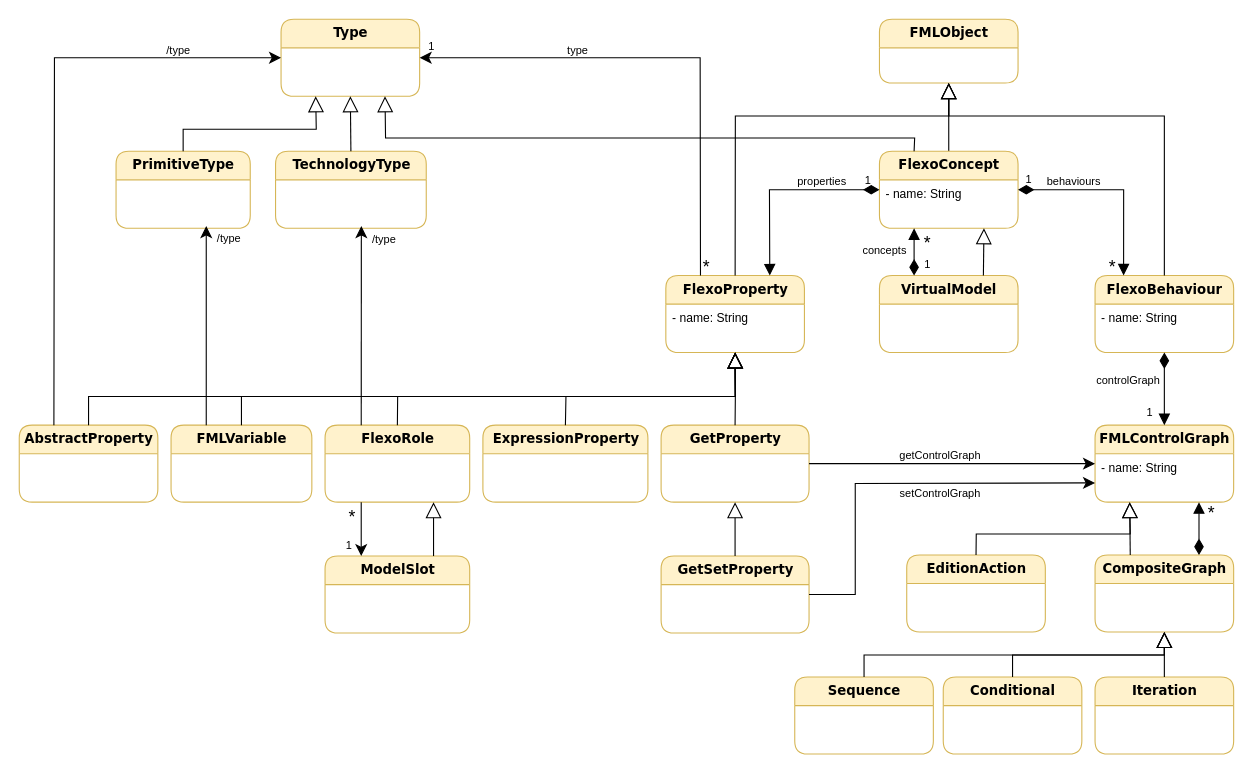
This is Figures/FMLMetaModel.drawio from labsticc-p4s/multi-process-challenge, a draw.io file, before an edit. Source tidied: cells renumbered, new cells numbered last; positions are measured from the earlier drawing's top-left corner, leaving out a move shared by most shapes. Both pictures are drawn from the tidied source at 110%, with x=0, y=0 at pixel (19, 19).
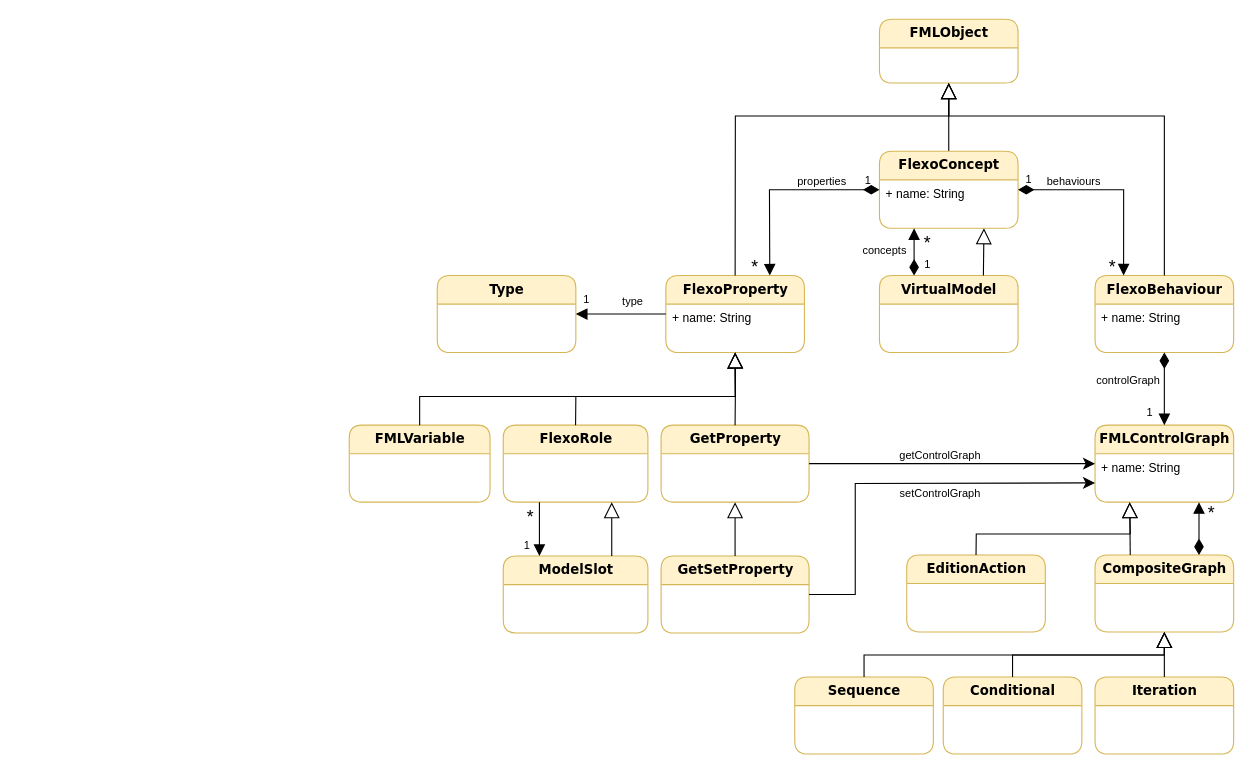
The same page after the edit.

Unchanged cells that the change refers to:
```xml
<mxCell id="4" value="&lt;font style=&quot;font-size: 12px&quot;&gt;&lt;b&gt;FlexoConcept&lt;/b&gt;&lt;/font&gt;" style="swimlane;html=1;fontStyle=0;horizontal=1;startSize=26;fillColor=#fff2cc;swimlaneFillColor=#ffffff;rounded=1;shadow=0;comic=0;labelBackgroundColor=none;strokeWidth=1;fontFamily=Verdana;fontSize=10;align=center;strokeColor=#d6b656;" parent="1" vertex="1">
  <mxGeometry x="782" y="120" width="126" height="70" as="geometry" />
</mxCell>
<mxCell id="6" value="&lt;font style=&quot;font-size: 12px&quot;&gt;&lt;b&gt;FlexoProperty&lt;/b&gt;&lt;/font&gt;" style="swimlane;html=1;fontStyle=0;horizontal=1;startSize=26;fillColor=#fff2cc;swimlaneFillColor=#ffffff;rounded=1;shadow=0;comic=0;labelBackgroundColor=none;strokeWidth=1;fontFamily=Verdana;fontSize=10;align=center;strokeColor=#d6b656;" parent="1" vertex="1">
  <mxGeometry x="587.8" y="233" width="126" height="70" as="geometry" />
</mxCell>
<mxCell id="41" value="&lt;font style=&quot;font-size: 12px&quot;&gt;&lt;b&gt;FlexoBehaviour&lt;/b&gt;&lt;/font&gt;" style="swimlane;html=1;fontStyle=0;horizontal=1;startSize=26;fillColor=#fff2cc;swimlaneFillColor=#ffffff;rounded=1;shadow=0;comic=0;labelBackgroundColor=none;strokeWidth=1;fontFamily=Verdana;fontSize=10;align=center;strokeColor=#d6b656;" parent="1" vertex="1">
  <mxGeometry x="978" y="233" width="126" height="70" as="geometry" />
</mxCell>
<mxCell id="47" value="&lt;font style=&quot;font-size: 12px&quot;&gt;&lt;b&gt;FMLControlGraph&lt;/b&gt;&lt;/font&gt;" style="swimlane;html=1;fontStyle=0;horizontal=1;startSize=26;fillColor=#fff2cc;swimlaneFillColor=#ffffff;rounded=1;shadow=0;comic=0;labelBackgroundColor=none;strokeWidth=1;fontFamily=Verdana;fontSize=10;align=center;strokeColor=#d6b656;" parent="1" vertex="1">
  <mxGeometry x="978" y="369" width="126" height="70" as="geometry" />
</mxCell>
```

Diff of the diagram source:
```diff
@@
-    <mxCell id="5" value="- name: String" style="text;html=1;strokeColor=none;fillColor=none;align=left;verticalAlign=top;spacingLeft=4;spacingRight=4;whiteSpace=wrap;overflow=hidden;points=[[0,0.5],[1,0.5]];portConstraint=eastwest;fontSize=11;" parent="4" vertex="1">
+    <mxCell id="5" value="+ name: String" style="text;html=1;strokeColor=none;fillColor=none;align=left;verticalAlign=top;spacingLeft=4;spacingRight=4;whiteSpace=wrap;overflow=hidden;points=[[0,0.5],[1,0.5]];portConstraint=eastwest;fontSize=11;" parent="4" vertex="1">
       <mxGeometry y="26" width="126" height="18" as="geometry" />
     </mxCell>
@@
-    <mxCell id="7" value="- name: String" style="text;html=1;strokeColor=none;fillColor=none;align=left;verticalAlign=top;spacingLeft=4;spacingRight=4;whiteSpace=wrap;overflow=hidden;points=[[0,0.5],[1,0.5]];portConstraint=eastwest;fontSize=11;" parent="6" vertex="1">
+    <mxCell id="7" value="+ name: String" style="text;html=1;strokeColor=none;fillColor=none;align=left;verticalAlign=top;spacingLeft=4;spacingRight=4;whiteSpace=wrap;overflow=hidden;points=[[0,0.5],[1,0.5]];portConstraint=eastwest;fontSize=11;" parent="6" vertex="1">
       <mxGeometry y="26" width="126" height="18" as="geometry" />
     </mxCell>
@@
     <mxCell id="9" value="&lt;font style=&quot;font-size: 16px&quot;&gt;*&lt;/font&gt;" style="text;html=1;strokeColor=none;fillColor=none;align=center;verticalAlign=middle;whiteSpace=wrap;rounded=0;fontSize=10;" parent="1" vertex="1">
-      <mxGeometry x="620" y="215" width="10" height="20" as="geometry" />
+      <mxGeometry x="664" y="215" width="10" height="20" as="geometry" />
     </mxCell>
@@
     <mxCell id="12" value="&lt;font style=&quot;font-size: 12px&quot;&gt;&lt;b&gt;Type&lt;/b&gt;&lt;/font&gt;" style="swimlane;html=1;fontStyle=0;horizontal=1;startSize=26;fillColor=#fff2cc;swimlaneFillColor=#ffffff;rounded=1;shadow=0;comic=0;labelBackgroundColor=none;strokeWidth=1;fontFamily=Verdana;fontSize=10;align=center;strokeColor=#d6b656;" parent="1" vertex="1">
-      <mxGeometry x="238" width="126" height="70" as="geometry" />
+      <mxGeometry x="380" y="233" width="126" height="70" as="geometry" />
     </mxCell>
-    <mxCell id="13" style="endArrow=classic;html=1;fontSize=10;entryX=1;entryY=0.5;entryDx=0;entryDy=0;exitX=0.25;exitY=0;exitDx=0;exitDy=0;endFill=1;rounded=0;startSize=6;endSize=8;" parent="1" edge="1" source="6" target="12">
-      <mxGeometry relative="1" as="geometry">
-        <Array as="points">
-          <mxPoint x="619" y="35" />
-        </Array>
-      </mxGeometry>
+    <mxCell id="13" style="endArrow=block;html=1;fontSize=10;entryX=1;entryY=0.5;entryDx=0;entryDy=0;exitX=0;exitY=0.5;exitDx=0;exitDy=0;endFill=1;rounded=0;startSize=6;endSize=8;" parent="1" edge="1" source="7" target="12">
+      <mxGeometry relative="1" as="geometry" />
     </mxCell>
     <mxCell id="14" value="type" style="text;html=1;strokeColor=none;fillColor=none;align=center;verticalAlign=middle;whiteSpace=wrap;rounded=0;fontSize=10;" parent="1" vertex="1">
-      <mxGeometry x="478" y="18" width="60" height="20" as="geometry" />
+      <mxGeometry x="527.8" y="246" width="60" height="20" as="geometry" />
     </mxCell>
-    <mxCell id="15" value="&lt;font style=&quot;font-size: 12px&quot;&gt;&lt;b&gt;TechnologyType&lt;/b&gt;&lt;/font&gt;" style="swimlane;html=1;fontStyle=0;horizontal=1;startSize=26;fillColor=#fff2cc;swimlaneFillColor=#ffffff;rounded=1;shadow=0;comic=0;labelBackgroundColor=none;strokeWidth=1;fontFamily=Verdana;fontSize=10;align=center;strokeColor=#d6b656;" parent="1" vertex="1">
-      <mxGeometry x="233" y="120" width="137" height="70" as="geometry" />
-    </mxCell>
-    <mxCell id="16" style="endArrow=block;endSize=12;endFill=0;html=1;exitX=0.5;exitY=0;exitDx=0;exitDy=0;rounded=0;entryX=0.5;entryY=1;entryDx=0;entryDy=0;" parent="1" edge="1" source="15" target="12">
-      <mxGeometry relative="1" as="geometry" />
-    </mxCell>
-    <mxCell id="17" style="endArrow=block;endSize=12;endFill=0;html=1;exitX=0.25;exitY=0;exitDx=0;exitDy=0;rounded=0;entryX=0.75;entryY=1;entryDx=0;entryDy=0;" parent="1" edge="1" source="4" target="12">
-      <mxGeometry relative="1" as="geometry">
-        <Array as="points">
-          <mxPoint x="814" y="108" />
-          <mxPoint x="333" y="108" />
-        </Array>
-      </mxGeometry>
-    </mxCell>
     <mxCell id="18" value="&lt;font style=&quot;font-size: 12px&quot;&gt;&lt;b&gt;FMLVariable&lt;/b&gt;&lt;/font&gt;" style="swimlane;html=1;fontStyle=0;horizontal=1;startSize=26;fillColor=#fff2cc;swimlaneFillColor=#ffffff;rounded=1;shadow=0;comic=0;labelBackgroundColor=none;strokeWidth=1;fontFamily=Verdana;fontSize=10;align=center;strokeColor=#d6b656;" parent="1" vertex="1">
-      <mxGeometry x="138" y="369" width="128" height="70" as="geometry" />
+      <mxGeometry x="300" y="369" width="128" height="70" as="geometry" />
     </mxCell>
-    <mxCell id="19" value="&lt;font style=&quot;font-size: 12px&quot;&gt;&lt;b&gt;AbstractProperty&lt;/b&gt;&lt;/font&gt;" style="swimlane;html=1;fontStyle=0;horizontal=1;startSize=26;fillColor=#fff2cc;swimlaneFillColor=#ffffff;rounded=1;shadow=0;comic=0;labelBackgroundColor=none;strokeWidth=1;fontFamily=Verdana;fontSize=10;align=center;strokeColor=#d6b656;" parent="1" vertex="1">
-      <mxGeometry y="369" width="126" height="70" as="geometry" />
-    </mxCell>
     <mxCell id="20" value="&lt;font style=&quot;font-size: 12px&quot;&gt;&lt;b&gt;FlexoRole&lt;/b&gt;&lt;/font&gt;" style="swimlane;html=1;fontStyle=0;horizontal=1;startSize=26;fillColor=#fff2cc;swimlaneFillColor=#ffffff;rounded=1;shadow=0;comic=0;labelBackgroundColor=none;strokeWidth=1;fontFamily=Verdana;fontSize=10;align=center;strokeColor=#d6b656;" parent="1" vertex="1">
-      <mxGeometry x="278" y="369" width="131.5" height="70" as="geometry" />
+      <mxGeometry x="440" y="369" width="131.5" height="70" as="geometry" />
     </mxCell>
-    <mxCell id="21" value="&lt;font style=&quot;font-size: 12px&quot;&gt;&lt;b&gt;ExpressionProperty&lt;/b&gt;&lt;/font&gt;" style="swimlane;html=1;fontStyle=0;horizontal=1;startSize=26;fillColor=#fff2cc;swimlaneFillColor=#ffffff;rounded=1;shadow=0;comic=0;labelBackgroundColor=none;strokeWidth=1;fontFamily=Verdana;fontSize=10;align=center;strokeColor=#d6b656;" parent="1" vertex="1">
-      <mxGeometry x="421.5" y="369" width="150" height="70" as="geometry" />
-    </mxCell>
@@
-    <mxCell id="29" style="endArrow=classic;html=1;fontSize=10;entryX=0;entryY=0.5;entryDx=0;entryDy=0;exitX=0.25;exitY=0;exitDx=0;exitDy=0;endFill=1;rounded=0;startSize=6;endSize=8;" parent="1" edge="1" source="19" target="12">
-      <mxGeometry relative="1" as="geometry">
-        <Array as="points">
-          <mxPoint x="32" y="35" />
-        </Array>
-      </mxGeometry>
-    </mxCell>
-    <mxCell id="30" value="/type" style="text;html=1;strokeColor=none;fillColor=none;align=center;verticalAlign=middle;whiteSpace=wrap;rounded=0;fontSize=10;" parent="1" vertex="1">
-      <mxGeometry x="115" y="18" width="60" height="20" as="geometry" />
-    </mxCell>
-    <mxCell id="31" value="&lt;font style=&quot;font-size: 12px&quot;&gt;&lt;b&gt;PrimitiveType&lt;/b&gt;&lt;/font&gt;" style="swimlane;html=1;fontStyle=0;horizontal=1;startSize=26;fillColor=#fff2cc;swimlaneFillColor=#ffffff;rounded=1;shadow=0;comic=0;labelBackgroundColor=none;strokeWidth=1;fontFamily=Verdana;fontSize=10;align=center;strokeColor=#d6b656;" parent="1" vertex="1">
-      <mxGeometry x="88" y="120" width="122" height="70" as="geometry" />
-    </mxCell>
-    <mxCell id="32" style="endArrow=block;endSize=12;endFill=0;html=1;exitX=0.5;exitY=0;exitDx=0;exitDy=0;rounded=0;entryX=0.25;entryY=1;entryDx=0;entryDy=0;" parent="1" edge="1" source="31" target="12">
-      <mxGeometry relative="1" as="geometry">
-        <Array as="points">
-          <mxPoint x="149" y="100" />
-          <mxPoint x="270" y="100" />
-        </Array>
-      </mxGeometry>
-    </mxCell>
-    <mxCell id="33" style="endArrow=block;endSize=12;endFill=0;html=1;exitX=0.5;exitY=0;exitDx=0;exitDy=0;rounded=0;entryX=0.5;entryY=1;entryDx=0;entryDy=0;" parent="1" edge="1" source="19" target="6">
-      <mxGeometry relative="1" as="geometry">
-        <Array as="points">
-          <mxPoint x="63" y="343" />
-          <mxPoint x="651" y="343" />
-        </Array>
-      </mxGeometry>
-    </mxCell>
     <mxCell id="34" style="endArrow=block;endSize=12;endFill=0;html=1;exitX=0.5;exitY=0;exitDx=0;exitDy=0;rounded=0;entryX=0.5;entryY=1;entryDx=0;entryDy=0;" parent="1" edge="1" source="18" target="6">
       <mxGeometry relative="1" as="geometry">
         <Array as="points">
-          <mxPoint x="202" y="343" />
+          <mxPoint x="364" y="343" />
           <mxPoint x="651" y="343" />
         </Array>
       </mxGeometry>
     </mxCell>
     <mxCell id="35" style="endArrow=block;endSize=12;endFill=0;html=1;exitX=0.5;exitY=0;exitDx=0;exitDy=0;rounded=0;entryX=0.5;entryY=1;entryDx=0;entryDy=0;" parent="1" edge="1" source="20" target="6">
       <mxGeometry relative="1" as="geometry">
         <Array as="points">
-          <mxPoint x="344" y="343" />
+          <mxPoint x="506" y="343" />
           <mxPoint x="651" y="343" />
         </Array>
       </mxGeometry>
     </mxCell>
-    <mxCell id="36" style="endArrow=block;endSize=12;endFill=0;html=1;exitX=0.5;exitY=0;exitDx=0;exitDy=0;rounded=0;entryX=0.5;entryY=1;entryDx=0;entryDy=0;" parent="1" edge="1" source="21" target="6">
-      <mxGeometry relative="1" as="geometry">
-        <Array as="points">
-          <mxPoint x="497" y="343" />
-          <mxPoint x="651" y="343" />
-        </Array>
-      </mxGeometry>
-    </mxCell>
@@
     <mxCell id="39" value="&lt;div&gt;&lt;font style=&quot;font-size: 12px&quot;&gt;&lt;b&gt;ModelSlot&lt;/b&gt;&lt;/font&gt;&lt;/div&gt;" style="swimlane;html=1;fontStyle=0;horizontal=1;startSize=26;fillColor=#fff2cc;swimlaneFillColor=#ffffff;rounded=1;shadow=0;comic=0;labelBackgroundColor=none;strokeWidth=1;fontFamily=Verdana;fontSize=10;align=center;strokeColor=#d6b656;" parent="1" vertex="1">
-      <mxGeometry x="278" y="488" width="131.5" height="70" as="geometry" />
+      <mxGeometry x="440" y="488" width="131.5" height="70" as="geometry" />
     </mxCell>
@@
-    <mxCell id="42" value="- name: String" style="text;html=1;strokeColor=none;fillColor=none;align=left;verticalAlign=top;spacingLeft=4;spacingRight=4;whiteSpace=wrap;overflow=hidden;fontSize=11;" parent="41" vertex="1">
+    <mxCell id="42" value="+ name: String" style="text;html=1;strokeColor=none;fillColor=none;align=left;verticalAlign=top;spacingLeft=4;spacingRight=4;whiteSpace=wrap;overflow=hidden;fontSize=11;" parent="41" vertex="1">
       <mxGeometry y="26" width="126" height="18" as="geometry" />
     </mxCell>
@@
-    <mxCell id="48" value="- name: String" style="text;html=1;strokeColor=none;fillColor=none;align=left;verticalAlign=top;spacingLeft=4;spacingRight=4;whiteSpace=wrap;overflow=hidden;points=[[0,0.5],[1,0.5]];portConstraint=eastwest;fontSize=11;" parent="47" vertex="1">
+    <mxCell id="48" value="+ name: String" style="text;html=1;strokeColor=none;fillColor=none;align=left;verticalAlign=top;spacingLeft=4;spacingRight=4;whiteSpace=wrap;overflow=hidden;points=[[0,0.5],[1,0.5]];portConstraint=eastwest;fontSize=11;" parent="47" vertex="1">
       <mxGeometry y="26" width="126" height="18" as="geometry" />
     </mxCell>
@@
     <mxCell id="50" value="1" style="text;html=1;strokeColor=none;fillColor=none;align=center;verticalAlign=middle;whiteSpace=wrap;rounded=0;fontSize=10;" parent="1" vertex="1">
-      <mxGeometry x="365" y="14" width="20" height="20" as="geometry" />
+      <mxGeometry x="506" y="244" width="20" height="20" as="geometry" />
     </mxCell>
-    <mxCell id="51" style="endArrow=classic;html=1;fontSize=10;exitX=0.25;exitY=0;exitDx=0;exitDy=0;endFill=1;rounded=0;startSize=6;endSize=8;" parent="1" edge="1" source="18">
-      <mxGeometry relative="1" as="geometry">
-        <mxPoint x="170" y="188" as="targetPoint" />
-      </mxGeometry>
-    </mxCell>
-    <mxCell id="52" value="/type" style="text;html=1;strokeColor=none;fillColor=none;align=center;verticalAlign=middle;whiteSpace=wrap;rounded=0;fontSize=10;" parent="1" vertex="1">
-      <mxGeometry x="175" y="189" width="32" height="20" as="geometry" />
-    </mxCell>
     <mxCell id="53" value="1" style="text;html=1;strokeColor=none;fillColor=none;align=center;verticalAlign=middle;whiteSpace=wrap;rounded=0;fontSize=10;" parent="1" vertex="1">
-      <mxGeometry x="289.5" y="468" width="20" height="20" as="geometry" />
+      <mxGeometry x="451.5" y="468" width="20" height="20" as="geometry" />
     </mxCell>
     <mxCell id="54" value="&lt;font style=&quot;font-size: 16px&quot;&gt;*&lt;/font&gt;" style="text;html=1;strokeColor=none;fillColor=none;align=center;verticalAlign=middle;whiteSpace=wrap;rounded=0;fontSize=10;" parent="1" vertex="1">
-      <mxGeometry x="298" y="442" width="10" height="20" as="geometry" />
+      <mxGeometry x="460" y="442" width="10" height="20" as="geometry" />
     </mxCell>
-    <mxCell id="55" style="endArrow=classic;html=1;fontSize=10;exitX=0.25;exitY=1;exitDx=0;exitDy=0;endFill=1;rounded=0;startSize=6;endSize=8;entryX=0.25;entryY=0;entryDx=0;entryDy=0;" parent="1" edge="1" source="20" target="39">
+    <mxCell id="55" style="endArrow=block;html=1;fontSize=10;exitX=0.25;exitY=1;exitDx=0;exitDy=0;endFill=1;rounded=0;startSize=6;endSize=8;entryX=0.25;entryY=0;entryDx=0;entryDy=0;" parent="1" edge="1" source="20" target="39">
       <mxGeometry relative="1" as="geometry" />
     </mxCell>
-    <mxCell id="56" style="endArrow=classic;html=1;fontSize=10;exitX=0.25;exitY=0;exitDx=0;exitDy=0;endFill=1;rounded=0;startSize=6;endSize=8;" parent="1" edge="1" source="20">
-      <mxGeometry relative="1" as="geometry">
-        <mxPoint x="311" y="188" as="targetPoint" />
-      </mxGeometry>
-    </mxCell>
@@
-    <mxCell id="70" value="/type" style="text;html=1;strokeColor=none;fillColor=none;align=center;verticalAlign=middle;whiteSpace=wrap;rounded=0;fontSize=10;" parent="1" vertex="1">
-      <mxGeometry x="316" y="190" width="32" height="20" as="geometry" />
-    </mxCell>
```
